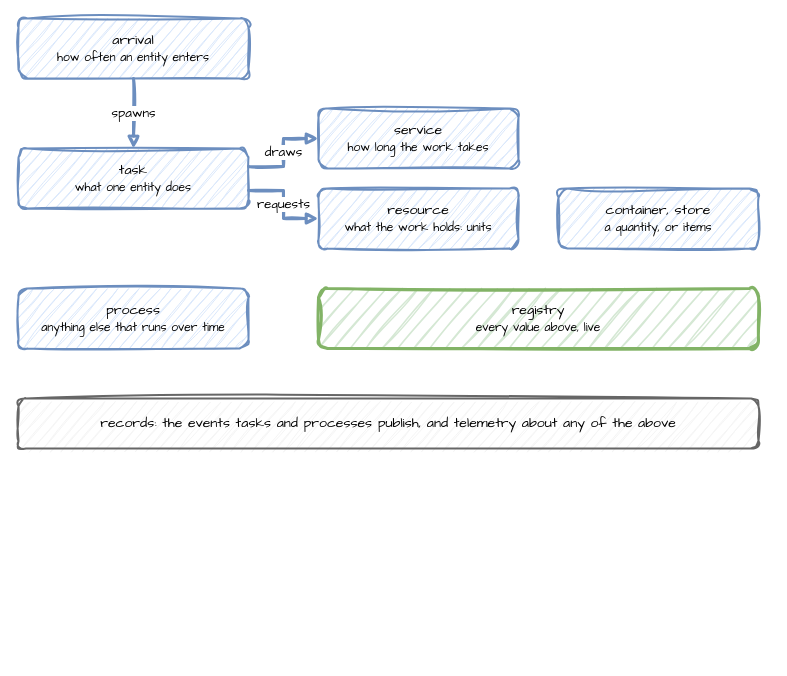
Above: docs/assets/diagrams/building-blocks.drawio in jaehyeon-kim/desflow (draw.io), before the change. Source tidied: cells renumbered, new cells numbered last; positions are measured from the earlier drawing's top-left corner, leaving out a move shared by most shapes. Both pictures are drawn from the tidied source at 100%, with x=0, y=0 at pixel (18, 18).
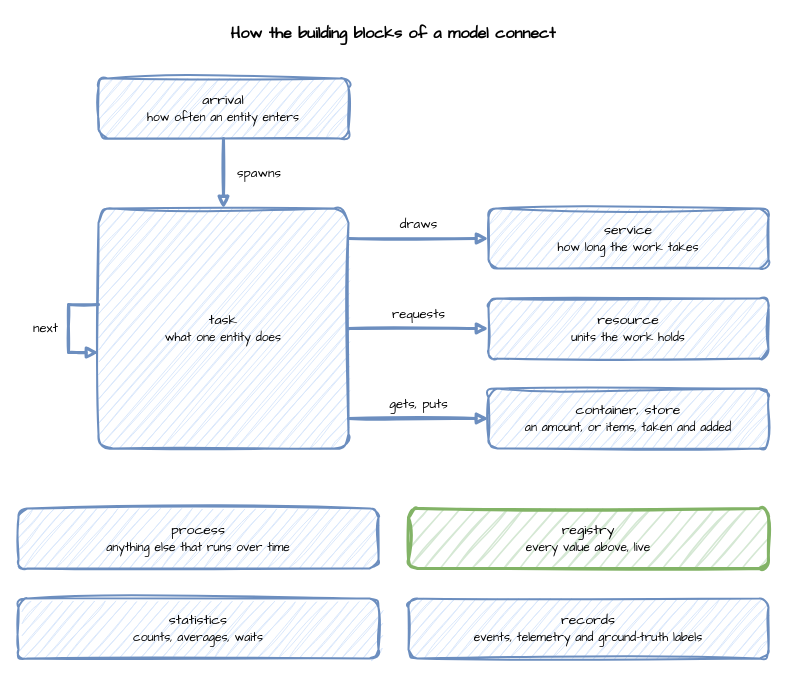
Above is the later version.

The edit, as a diff of the source:
```diff
@@
+    <mxCell id="13" value="How the building blocks of a model connect" style="text;html=1;align=center;verticalAlign=middle;whiteSpace=wrap;fontFamily=Comic Sans MS;fontSize=16;fontStyle=1;" parent="1" vertex="1">
+      <mxGeometry width="750" height="30" as="geometry" />
+    </mxCell>
     <mxCell id="2" value="arrival&lt;br&gt;&lt;font style='font-size:12px'&gt;how often an entity enters&lt;/font&gt;" style="rounded=1;whiteSpace=wrap;html=1;sketch=1;curveFitting=1;jiggle=2;fontFamily=Comic Sans MS;fontSize=14;fillColor=#dae8fc;strokeColor=#6c8ebf;strokeWidth=2;" parent="1" vertex="1">
-      <mxGeometry width="230" height="60" as="geometry" />
+      <mxGeometry x="80" y="60" width="250" height="60" as="geometry" />
     </mxCell>
-    <mxCell id="3" value="task&lt;br&gt;&lt;font style='font-size:12px'&gt;what one entity does&lt;/font&gt;" style="rounded=1;whiteSpace=wrap;html=1;sketch=1;curveFitting=1;jiggle=2;fontFamily=Comic Sans MS;fontSize=14;fillColor=#dae8fc;strokeColor=#6c8ebf;strokeWidth=2;" parent="1" vertex="1">
-      <mxGeometry y="130" width="230" height="60" as="geometry" />
+    <mxCell id="3" value="task&lt;br&gt;&lt;font style='font-size:12px'&gt;what one entity does&lt;/font&gt;" style="rounded=1;whiteSpace=wrap;html=1;sketch=1;curveFitting=1;jiggle=2;fontFamily=Comic Sans MS;fontSize=14;fillColor=#dae8fc;strokeColor=#6c8ebf;strokeWidth=2;arcSize=6;" parent="1" vertex="1">
+      <mxGeometry x="80" y="190" width="250" height="240" as="geometry" />
     </mxCell>
     <mxCell id="4" value="service&lt;br&gt;&lt;font style='font-size:12px'&gt;how long the work takes&lt;/font&gt;" style="rounded=1;whiteSpace=wrap;html=1;sketch=1;curveFitting=1;jiggle=2;fontFamily=Comic Sans MS;fontSize=14;fillColor=#dae8fc;strokeColor=#6c8ebf;strokeWidth=2;" parent="1" vertex="1">
-      <mxGeometry x="300" y="90" width="200" height="60" as="geometry" />
+      <mxGeometry x="470" y="190" width="280" height="60" as="geometry" />
     </mxCell>
-    <mxCell id="5" value="resource&lt;br&gt;&lt;font style='font-size:12px'&gt;what the work holds: units&lt;/font&gt;" style="rounded=1;whiteSpace=wrap;html=1;sketch=1;curveFitting=1;jiggle=2;fontFamily=Comic Sans MS;fontSize=14;fillColor=#dae8fc;strokeColor=#6c8ebf;strokeWidth=2;" parent="1" vertex="1">
-      <mxGeometry x="300" y="170" width="200" height="60" as="geometry" />
+    <mxCell id="5" value="resource&lt;br&gt;&lt;font style='font-size:12px'&gt;units the work holds&lt;/font&gt;" style="rounded=1;whiteSpace=wrap;html=1;sketch=1;curveFitting=1;jiggle=2;fontFamily=Comic Sans MS;fontSize=14;fillColor=#dae8fc;strokeColor=#6c8ebf;strokeWidth=2;" parent="1" vertex="1">
+      <mxGeometry x="470" y="280" width="280" height="60" as="geometry" />
     </mxCell>
-    <mxCell id="6" value="container, store&lt;br&gt;&lt;font style='font-size:12px'&gt;a quantity, or items&lt;/font&gt;" style="rounded=1;whiteSpace=wrap;html=1;sketch=1;curveFitting=1;jiggle=2;fontFamily=Comic Sans MS;fontSize=14;fillColor=#dae8fc;strokeColor=#6c8ebf;strokeWidth=2;" parent="1" vertex="1">
-      <mxGeometry x="540" y="170" width="200" height="60" as="geometry" />
+    <mxCell id="6" value="container, store&lt;br&gt;&lt;font style='font-size:12px'&gt;an amount, or items, taken and added&lt;/font&gt;" style="rounded=1;whiteSpace=wrap;html=1;sketch=1;curveFitting=1;jiggle=2;fontFamily=Comic Sans MS;fontSize=14;fillColor=#dae8fc;strokeColor=#6c8ebf;strokeWidth=2;" parent="1" vertex="1">
+      <mxGeometry x="470" y="370" width="280" height="60" as="geometry" />
     </mxCell>
+    <mxCell id="11" value="spawns" style="edgeStyle=orthogonalEdgeStyle;rounded=0;sketch=1;html=1;strokeWidth=3;endArrow=block;fontFamily=Comic Sans MS;fontSize=13;labelBackgroundColor=#ffffff;strokeColor=#6c8ebf;exitX=0.5;exitY=1;exitDx=0;exitDy=0;entryX=0.5;entryY=0;entryDx=0;entryDy=0;align=left;" parent="1" edge="1" source="2" target="3">
+      <mxGeometry relative="1" as="geometry">
+        <mxPoint x="12" as="offset" />
+      </mxGeometry>
+    </mxCell>
+    <mxCell id="12" value="draws" style="edgeStyle=orthogonalEdgeStyle;rounded=0;sketch=1;html=1;strokeWidth=3;endArrow=block;fontFamily=Comic Sans MS;fontSize=13;labelBackgroundColor=#ffffff;strokeColor=#6c8ebf;exitX=1;exitY=0.125;exitDx=0;exitDy=0;entryX=0;entryY=0.5;entryDx=0;entryDy=0;" parent="1" edge="1" source="3" target="4">
+      <mxGeometry relative="1" as="geometry">
+        <mxPoint y="-14" as="offset" />
+      </mxGeometry>
+    </mxCell>
+    <mxCell id="14" value="requests" style="edgeStyle=orthogonalEdgeStyle;rounded=0;sketch=1;html=1;strokeWidth=3;endArrow=block;fontFamily=Comic Sans MS;fontSize=13;labelBackgroundColor=#ffffff;strokeColor=#6c8ebf;exitX=1;exitY=0.5;exitDx=0;exitDy=0;entryX=0;entryY=0.5;entryDx=0;entryDy=0;" parent="1" edge="1" source="3" target="5">
+      <mxGeometry relative="1" as="geometry">
+        <mxPoint y="-14" as="offset" />
+      </mxGeometry>
+    </mxCell>
+    <mxCell id="15" value="gets, puts" style="edgeStyle=orthogonalEdgeStyle;rounded=0;sketch=1;html=1;strokeWidth=3;endArrow=block;fontFamily=Comic Sans MS;fontSize=13;labelBackgroundColor=#ffffff;strokeColor=#6c8ebf;exitX=1;exitY=0.875;exitDx=0;exitDy=0;entryX=0;entryY=0.5;entryDx=0;entryDy=0;" parent="1" edge="1" source="3" target="6">
+      <mxGeometry relative="1" as="geometry">
+        <mxPoint y="-14" as="offset" />
+      </mxGeometry>
+    </mxCell>
+    <mxCell id="16" style="edgeStyle=orthogonalEdgeStyle;rounded=0;sketch=1;html=1;strokeWidth=3;endArrow=block;fontFamily=Comic Sans MS;fontSize=13;labelBackgroundColor=#ffffff;strokeColor=#6c8ebf;exitX=0;exitY=0.4;exitDx=0;exitDy=0;entryX=0;entryY=0.6;entryDx=0;entryDy=0;" parent="1" edge="1" source="3" target="3">
+      <mxGeometry relative="1" as="geometry">
+        <Array as="points">
+          <mxPoint x="50" y="286" />
+          <mxPoint x="50" y="334" />
+        </Array>
+      </mxGeometry>
+    </mxCell>
+    <mxCell id="17" value="next" style="text;html=1;align=center;verticalAlign=middle;whiteSpace=wrap;fontFamily=Comic Sans MS;fontSize=13;align=right;" parent="1" vertex="1">
+      <mxGeometry y="298" width="42" height="24" as="geometry" />
+    </mxCell>
     <mxCell id="7" value="process&lt;br&gt;&lt;font style='font-size:12px'&gt;anything else that runs over time&lt;/font&gt;" style="rounded=1;whiteSpace=wrap;html=1;sketch=1;curveFitting=1;jiggle=2;fontFamily=Comic Sans MS;fontSize=14;fillColor=#dae8fc;strokeColor=#6c8ebf;strokeWidth=2;" parent="1" vertex="1">
-      <mxGeometry y="270" width="230" height="60" as="geometry" />
+      <mxGeometry y="490" width="360" height="60" as="geometry" />
     </mxCell>
     <mxCell id="8" value="registry&lt;br&gt;&lt;font style='font-size:12px'&gt;every value above, live&lt;/font&gt;" style="rounded=1;whiteSpace=wrap;html=1;sketch=1;curveFitting=1;jiggle=2;fontFamily=Comic Sans MS;fontSize=14;fillColor=#d5e8d4;strokeColor=#82b366;strokeWidth=3;" parent="1" vertex="1">
-      <mxGeometry x="300" y="270" width="440" height="60" as="geometry" />
+      <mxGeometry x="390" y="490" width="360" height="60" as="geometry" />
     </mxCell>
-    <mxCell id="9" value="records: the events tasks and processes publish, and telemetry about any of the above" style="rounded=1;whiteSpace=wrap;html=1;sketch=1;curveFitting=1;jiggle=2;fontFamily=Comic Sans MS;fontSize=14;fillColor=#f5f5f5;strokeColor=#666666;strokeWidth=2;" parent="1" vertex="1">
-      <mxGeometry y="380" width="740" height="50" as="geometry" />
+    <mxCell id="9" value="statistics&lt;br&gt;&lt;font style='font-size:12px'&gt;counts, averages, waits&lt;/font&gt;" style="rounded=1;whiteSpace=wrap;html=1;sketch=1;curveFitting=1;jiggle=2;fontFamily=Comic Sans MS;fontSize=14;fillColor=#dae8fc;strokeColor=#6c8ebf;strokeWidth=2;" parent="1" vertex="1">
+      <mxGeometry y="580" width="360" height="60" as="geometry" />
     </mxCell>
-    <mxCell id="10" value="spawns" style="edgeStyle=orthogonalEdgeStyle;rounded=0;sketch=1;html=1;strokeWidth=3;endArrow=block;strokeColor=#6c8ebf;fontFamily=Comic Sans MS;fontSize=13;labelBackgroundColor=#ffffff;exitX=0.5;exitY=1;exitDx=0;exitDy=0;entryX=0.5;entryY=0;entryDx=0;entryDy=0;" parent="1" edge="1" source="2" target="3">
-      <mxGeometry relative="1" as="geometry" />
+    <mxCell id="10" value="records&lt;br&gt;&lt;font style='font-size:12px'&gt;events, telemetry and ground-truth labels&lt;/font&gt;" style="rounded=1;whiteSpace=wrap;html=1;sketch=1;curveFitting=1;jiggle=2;fontFamily=Comic Sans MS;fontSize=14;fillColor=#dae8fc;strokeColor=#6c8ebf;strokeWidth=2;" parent="1" vertex="1">
+      <mxGeometry x="390" y="580" width="360" height="60" as="geometry" />
     </mxCell>
-    <mxCell id="11" value="draws" style="edgeStyle=orthogonalEdgeStyle;rounded=0;sketch=1;html=1;strokeWidth=3;endArrow=block;strokeColor=#6c8ebf;fontFamily=Comic Sans MS;fontSize=13;labelBackgroundColor=#ffffff;exitX=1;exitY=0.3;exitDx=0;exitDy=0;entryX=0;entryY=0.5;entryDx=0;entryDy=0;" parent="1" edge="1" source="3" target="4">
-      <mxGeometry relative="1" as="geometry" />
-    </mxCell>
-    <mxCell id="12" value="requests" style="edgeStyle=orthogonalEdgeStyle;rounded=0;sketch=1;html=1;strokeWidth=3;endArrow=block;strokeColor=#6c8ebf;fontFamily=Comic Sans MS;fontSize=13;labelBackgroundColor=#ffffff;exitX=1;exitY=0.7;exitDx=0;exitDy=0;entryX=0;entryY=0.5;entryDx=0;entryDy=0;" parent="1" edge="1" source="3" target="5">
-      <mxGeometry relative="1" as="geometry" />
-    </mxCell>
```
